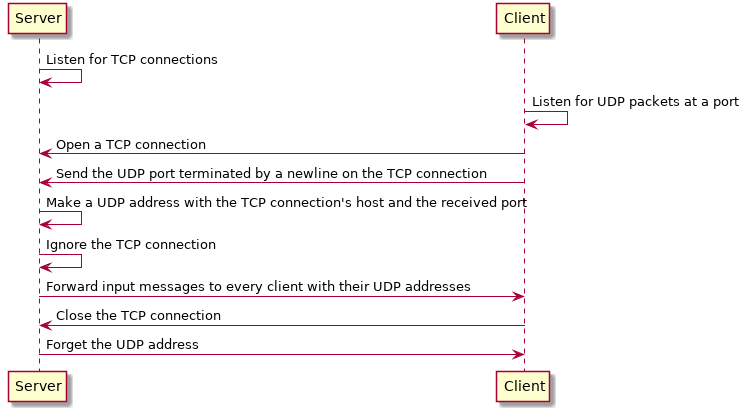
The PlantUML diagram bullhorn/doc/sequence.png in jwowillo/greenerthumb, before a commit.
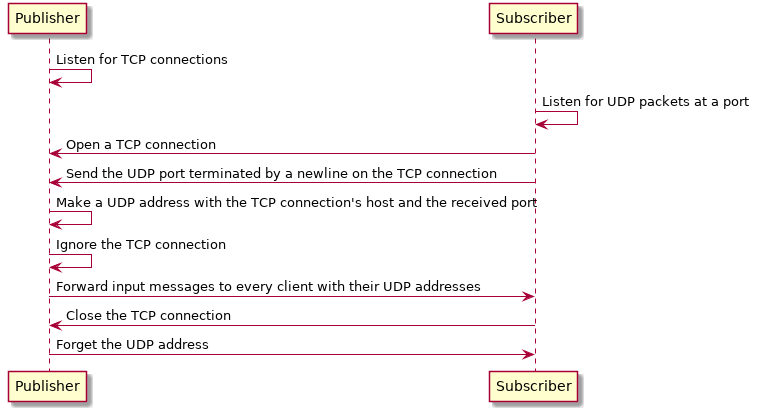
Later version of the same file.

What changed in the source:
```diff
@@ -1,21 +1,21 @@
 @startuml
 
-Server -> Server: Listen for TCP connections
+Publisher -> Publisher: Listen for TCP connections
 
-Client -> Client: Listen for UDP packets at a port
+Subscriber -> Subscriber: Listen for UDP packets at a port
 
-Client -> Server: Open a TCP connection
+Subscriber -> Publisher: Open a TCP connection
 
-Client -> Server: Send the UDP port terminated by a newline on the TCP connection
+Subscriber -> Publisher: Send the UDP port terminated by a newline on the TCP connection
 
-Server -> Server: Make a UDP address with the TCP connection's host and the received port
+Publisher -> Publisher: Make a UDP address with the TCP connection's host and the received port
 
-Server -> Server: Ignore the TCP connection
+Publisher -> Publisher: Ignore the TCP connection
 
-Server -> Client: Forward input messages to every client with their UDP addresses
+Publisher -> Subscriber: Forward input messages to every client with their UDP addresses
 
-Client -> Server: Close the TCP connection
+Subscriber -> Publisher: Close the TCP connection
 
-Server -> Client: Forget the UDP address
+Publisher -> Subscriber: Forget the UDP address
 
 @enduml
```
